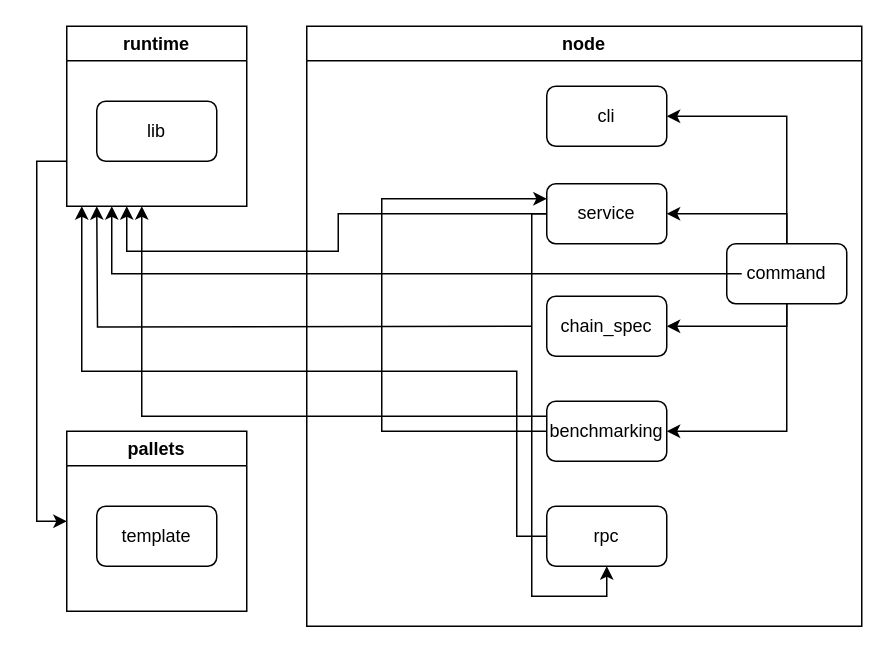
Above: report.assets/SNT大致依赖关系.drawio in oscourse-tsinghua/openingreport-fze2023 (draw.io), before the change. Source tidied: cells renumbered, new cells numbered last; positions are measured from the earlier drawing's top-left corner, leaving out a move shared by most shapes. Both pictures are drawn from the tidied source at 150%, with x=0, y=0 at pixel (66, 26).
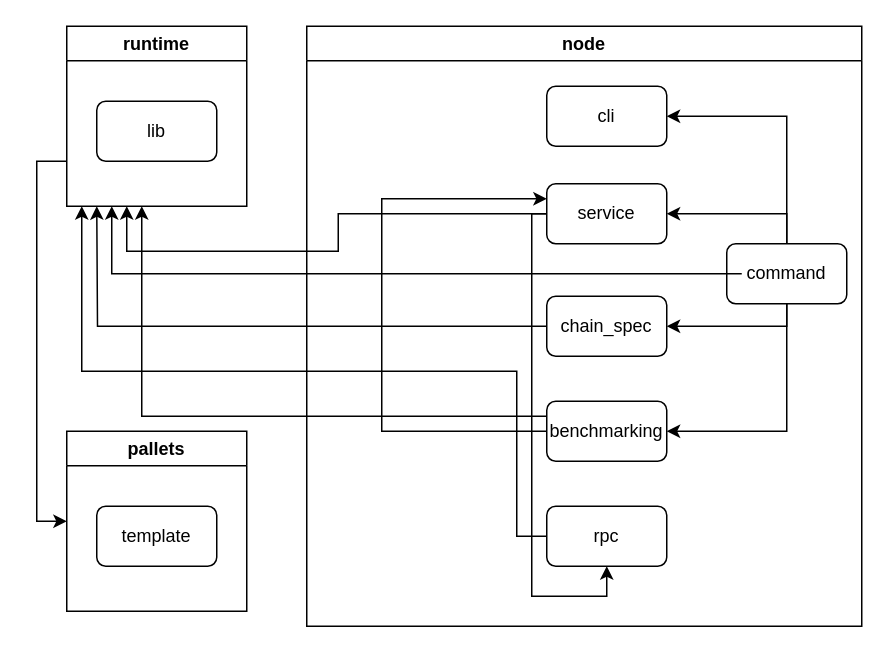
After the change.

The change refers to these unchanged cells:
```xml
<mxCell id="6" value="chain_spec" style="rounded=1;whiteSpace=wrap;html=1;" parent="2" vertex="1">
  <mxGeometry x="160" y="180" width="80" height="40" as="geometry" />
</mxCell>
```

Diff of the diagram source:
```diff
@@
-    <mxCell id="21" style="edgeStyle=orthogonalEdgeStyle;rounded=0;orthogonalLoop=1;jettySize=auto;html=1;exitX=0;exitY=0.5;exitDx=0;exitDy=0;entryX=0.25;entryY=1;entryDx=0;entryDy=0;" parent="1" edge="1">
+    <mxCell id="21" style="edgeStyle=orthogonalEdgeStyle;rounded=0;jettySize=auto;html=1;exitX=0;exitY=0.5;exitDx=0;exitDy=0;entryX=0.25;entryY=1;entryDx=0;entryDy=0;" parent="1" edge="1" source="6">
       <mxGeometry relative="1" as="geometry">
-        <mxPoint x="310" y="200" as="sourcePoint" />
         <mxPoint x="20" y="120" as="targetPoint" />
       </mxGeometry>
     </mxCell>
```
